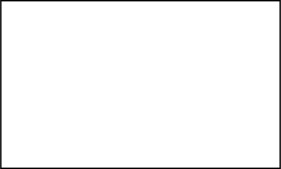
Earlier version of the draw.io export logical_architecture.svg (HarryTurner93/robotic_garden). Source tidied: cells renumbered, new cells last; positions are measured from the earlier drawing's top-left corner, leaving out a move shared by most shapes.
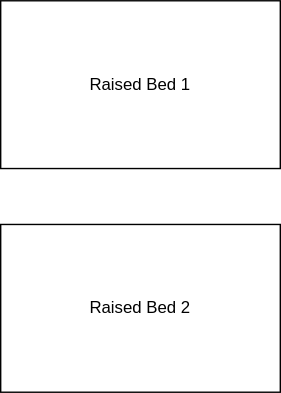
The same diagram one commit later.

The edit, as a diff of the source:
```diff
@@ -2,8 +2,11 @@
   <root>
     <mxCell id="0" />
     <mxCell id="1" parent="0" />
-    <mxCell id="2" style="rounded=0;whiteSpace=wrap;html=1;" parent="1" vertex="1">
+    <mxCell id="2" value="Raised Bed 1" style="rounded=0;whiteSpace=wrap;html=1;" parent="1" vertex="1">
       <mxGeometry width="200" height="120" as="geometry" />
     </mxCell>
+    <mxCell id="3" value="Raised Bed 2" style="rounded=0;whiteSpace=wrap;html=1;" parent="1" vertex="1">
+      <mxGeometry y="160" width="200" height="120" as="geometry" />
+    </mxCell>
   </root>
 </mxGraphModel>
```
